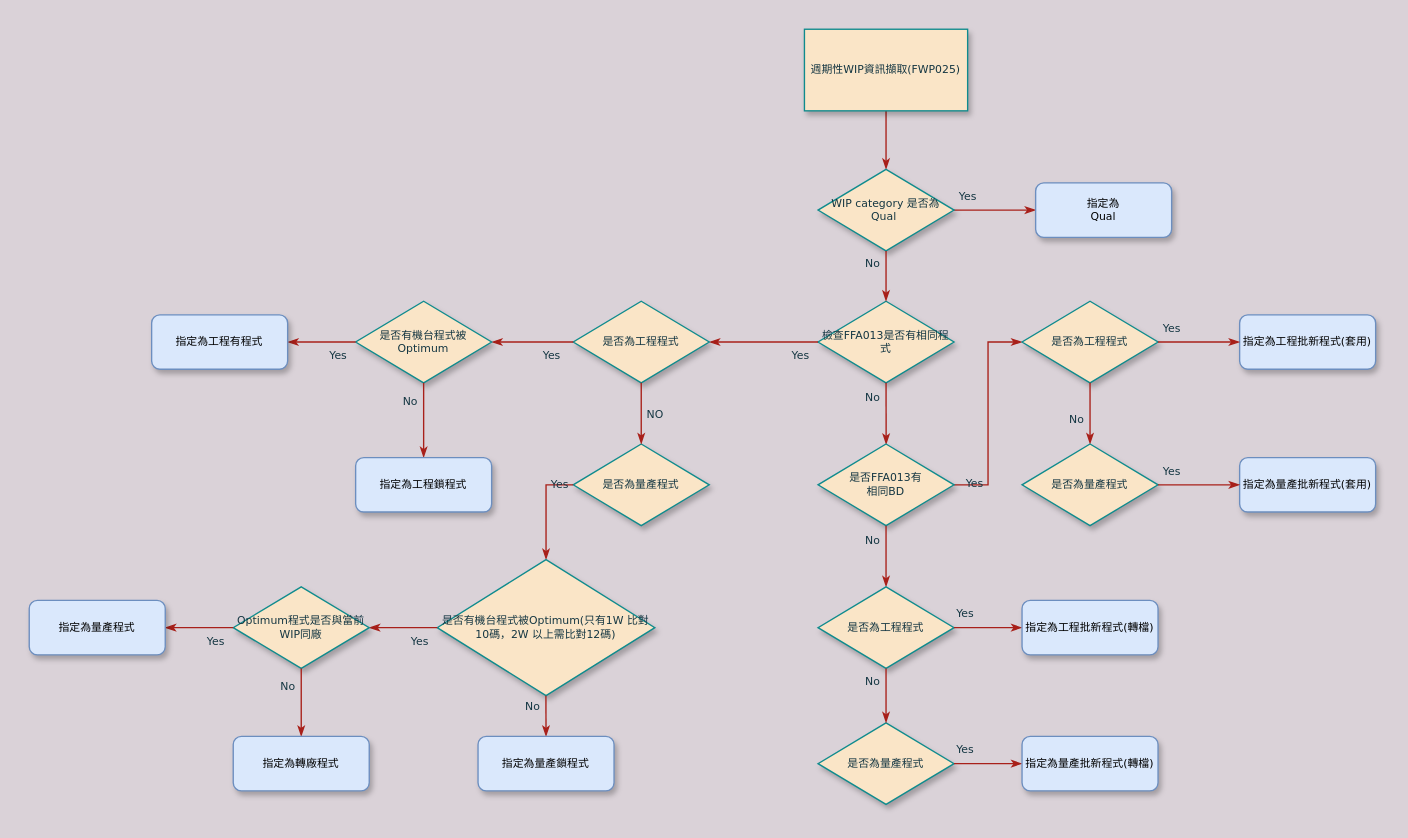
The draw.io diagram LotCategoryLogic_test.drawio in min86615/minmin, before the edit. Source tidied: cells renumbered, new cells numbered last; positions are measured from the earlier drawing's top-left corner, leaving out a move shared by most shapes. Both pictures are drawn from the tidied source at 136%, with x=0, y=0 at pixel (29, 29).
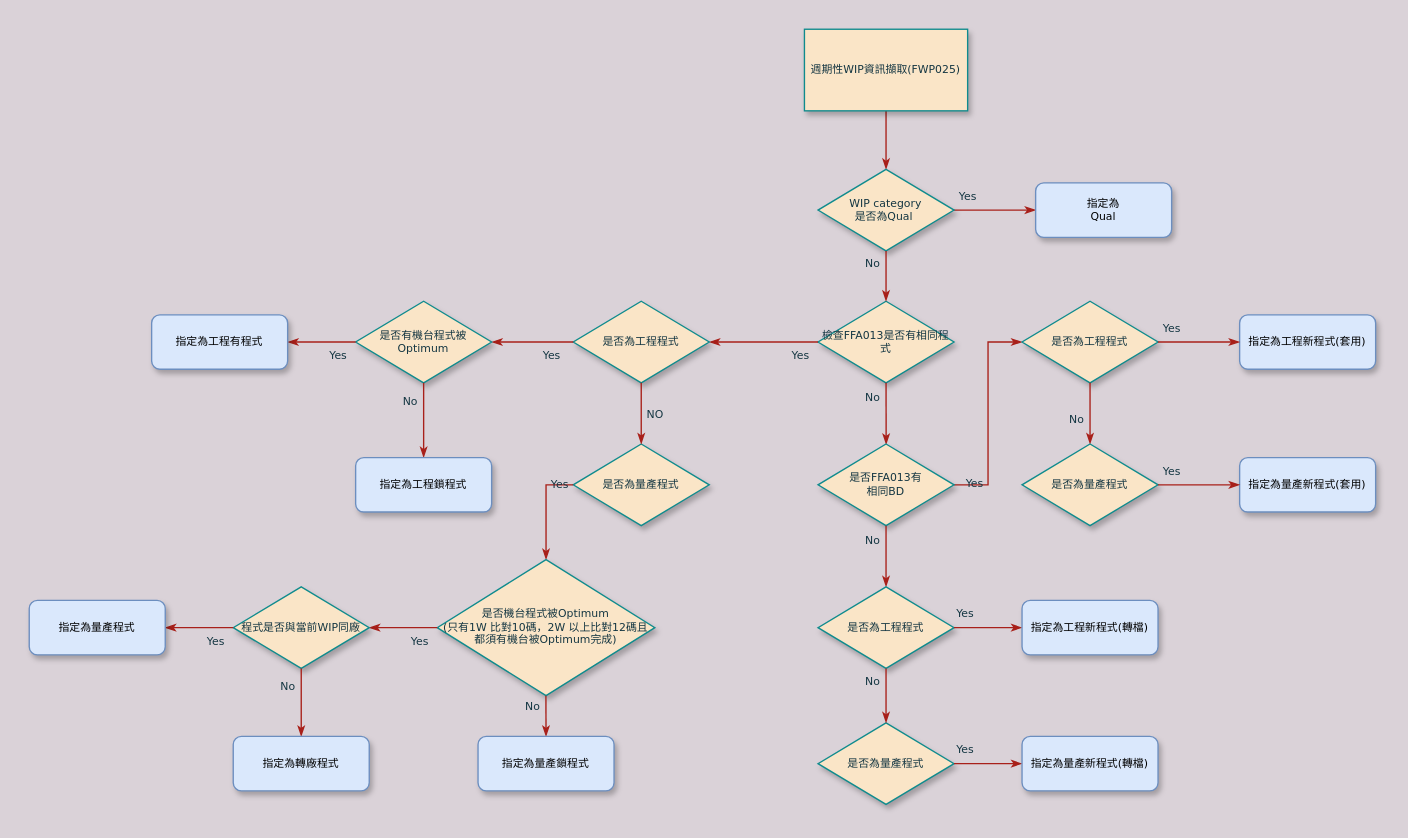
The same diagram, later.

Diff of the diagram source:
```diff
@@
-    <mxCell id="6" value="WIP category 是否為Qual&amp;nbsp;" style="rhombus;whiteSpace=wrap;html=1;rounded=0;shadow=1;labelBackgroundColor=none;strokeWidth=1;fontFamily=Verdana;fontSize=8;align=center;fillColor=#FAE5C7;strokeColor=#0F8B8D;fontColor=#143642;" parent="1" vertex="1">
+    <mxCell id="6" value="WIP category&lt;br&gt;是否為Qual&amp;nbsp;" style="rhombus;whiteSpace=wrap;html=1;rounded=0;shadow=1;labelBackgroundColor=none;strokeWidth=1;fontFamily=Verdana;fontSize=8;align=center;fillColor=#FAE5C7;strokeColor=#0F8B8D;fontColor=#143642;" parent="1" vertex="1">
       <mxGeometry x="580" y="103" width="100" height="60" as="geometry" />
     </mxCell>
@@
-    <mxCell id="14" value="&lt;br&gt;指定為工程&lt;span&gt;批新程式(套用)&lt;/span&gt;&lt;br&gt;&lt;div&gt;&lt;br&gt;&lt;/div&gt;" style="rounded=1;whiteSpace=wrap;html=1;shadow=1;labelBackgroundColor=none;strokeWidth=1;fontFamily=Verdana;fontSize=8;align=center;fillColor=#dae8fc;strokeColor=#6c8ebf;" parent="1" vertex="1">
+    <mxCell id="14" value="&lt;br&gt;指定為工程&lt;span&gt;新程式(套用)&lt;/span&gt;&lt;br&gt;&lt;div&gt;&lt;br&gt;&lt;/div&gt;" style="rounded=1;whiteSpace=wrap;html=1;shadow=1;labelBackgroundColor=none;strokeWidth=1;fontFamily=Verdana;fontSize=8;align=center;fillColor=#dae8fc;strokeColor=#6c8ebf;" parent="1" vertex="1">
       <mxGeometry x="890" y="210" width="100" height="40" as="geometry" />
     </mxCell>
@@
-    <mxCell id="18" value="&lt;br&gt;指定為量產&lt;span&gt;批新程式(套用)&lt;/span&gt;&lt;br&gt;&lt;div&gt;&lt;br&gt;&lt;/div&gt;" style="rounded=1;whiteSpace=wrap;html=1;shadow=1;labelBackgroundColor=none;strokeWidth=1;fontFamily=Verdana;fontSize=8;align=center;fillColor=#dae8fc;strokeColor=#6c8ebf;" parent="1" vertex="1">
+    <mxCell id="18" value="&lt;br&gt;指定為量產&lt;span&gt;新程式(套用)&lt;/span&gt;&lt;br&gt;&lt;div&gt;&lt;br&gt;&lt;/div&gt;" style="rounded=1;whiteSpace=wrap;html=1;shadow=1;labelBackgroundColor=none;strokeWidth=1;fontFamily=Verdana;fontSize=8;align=center;fillColor=#dae8fc;strokeColor=#6c8ebf;" parent="1" vertex="1">
       <mxGeometry x="890" y="315" width="100" height="40" as="geometry" />
     </mxCell>
@@
-    <mxCell id="25" value="&lt;br&gt;指定為工程&lt;span&gt;批新程式(轉檔)&lt;/span&gt;&lt;br&gt;&lt;div&gt;&lt;br&gt;&lt;/div&gt;" style="rounded=1;whiteSpace=wrap;html=1;shadow=1;labelBackgroundColor=none;strokeWidth=1;fontFamily=Verdana;fontSize=8;align=center;fillColor=#dae8fc;strokeColor=#6c8ebf;" parent="1" vertex="1">
+    <mxCell id="25" value="&lt;br&gt;指定為工程&lt;span&gt;新程式(轉檔)&lt;/span&gt;&lt;br&gt;&lt;div&gt;&lt;br&gt;&lt;/div&gt;" style="rounded=1;whiteSpace=wrap;html=1;shadow=1;labelBackgroundColor=none;strokeWidth=1;fontFamily=Verdana;fontSize=8;align=center;fillColor=#dae8fc;strokeColor=#6c8ebf;" parent="1" vertex="1">
       <mxGeometry x="730" y="420" width="100" height="40" as="geometry" />
     </mxCell>
@@
-    <mxCell id="29" value="&lt;br&gt;指定為量產&lt;span&gt;批新程式(轉檔)&lt;/span&gt;&lt;br&gt;&lt;div&gt;&lt;br&gt;&lt;/div&gt;" style="rounded=1;whiteSpace=wrap;html=1;shadow=1;labelBackgroundColor=none;strokeWidth=1;fontFamily=Verdana;fontSize=8;align=center;fillColor=#dae8fc;strokeColor=#6c8ebf;" parent="1" vertex="1">
+    <mxCell id="29" value="&lt;br&gt;指定為量產&lt;span&gt;新程式(轉檔)&lt;/span&gt;&lt;br&gt;&lt;div&gt;&lt;br&gt;&lt;/div&gt;" style="rounded=1;whiteSpace=wrap;html=1;shadow=1;labelBackgroundColor=none;strokeWidth=1;fontFamily=Verdana;fontSize=8;align=center;fillColor=#dae8fc;strokeColor=#6c8ebf;" parent="1" vertex="1">
       <mxGeometry x="730" y="520" width="100" height="40" as="geometry" />
     </mxCell>
@@
-    <mxCell id="38" value="是否有機台程式被Optimum(只有1W 比對10碼，2W 以上需比對12碼)" style="rhombus;whiteSpace=wrap;html=1;rounded=0;shadow=1;labelBackgroundColor=none;strokeWidth=1;fontFamily=Verdana;fontSize=8;align=center;fillColor=#FAE5C7;strokeColor=#0F8B8D;fontColor=#143642;" parent="1" vertex="1">
+    <mxCell id="38" value="是否機台程式被Optimum&lt;br&gt;(只有1W 比對10碼，2W 以上比對12碼且都須有機台被Optimum完成)" style="rhombus;whiteSpace=wrap;html=1;rounded=0;shadow=1;labelBackgroundColor=none;strokeWidth=1;fontFamily=Verdana;fontSize=8;align=center;fillColor=#FAE5C7;strokeColor=#0F8B8D;fontColor=#143642;" parent="1" vertex="1">
       <mxGeometry x="300" y="390" width="160" height="100" as="geometry" />
     </mxCell>
@@
-    <mxCell id="40" value="Optimum程式是否與當前WIP同廠" style="rhombus;whiteSpace=wrap;html=1;rounded=0;shadow=1;labelBackgroundColor=none;strokeWidth=1;fontFamily=Verdana;fontSize=8;align=center;fillColor=#FAE5C7;strokeColor=#0F8B8D;fontColor=#143642;" parent="1" vertex="1">
+    <mxCell id="40" value="程式是否與當前WIP同廠" style="rhombus;whiteSpace=wrap;html=1;rounded=0;shadow=1;labelBackgroundColor=none;strokeWidth=1;fontFamily=Verdana;fontSize=8;align=center;fillColor=#FAE5C7;strokeColor=#0F8B8D;fontColor=#143642;" parent="1" vertex="1">
       <mxGeometry x="150" y="410" width="100" height="60" as="geometry" />
     </mxCell>
```
